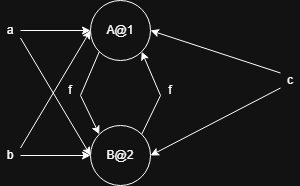
Before: p8/images/p8e1e.png, a diagram exported from draw.io (matiWaisman/ISWA-1C-2026). Source tidied: cells renumbered, new cells last; positions are measured from the earlier drawing's top-left corner, leaving out a move shared by most shapes.
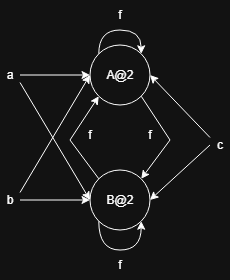
After the change.

Change to the diagram source:
```diff
@@ -5,50 +5,72 @@
     <mxCell id="2" value="a" style="text;html=1;whiteSpace=wrap;strokeColor=none;fillColor=none;align=center;verticalAlign=middle;rounded=0;" parent="1" vertex="1">
       <mxGeometry y="15" width="20" height="30" as="geometry" />
     </mxCell>
-    <mxCell id="3" value="A@1" style="ellipse;whiteSpace=wrap;html=1;" parent="1" vertex="1">
+    <mxCell id="3" value="A@2" style="ellipse;whiteSpace=wrap;html=1;" parent="1" vertex="1">
       <mxGeometry x="90" width="60" height="60" as="geometry" />
     </mxCell>
+    <mxCell id="5" value="b" style="text;html=1;whiteSpace=wrap;strokeColor=none;fillColor=none;align=center;verticalAlign=middle;rounded=0;" parent="1" vertex="1">
+      <mxGeometry y="140" width="20" height="30" as="geometry" />
+    </mxCell>
+    <mxCell id="7" value="B@2" style="ellipse;whiteSpace=wrap;html=1;" parent="1" vertex="1">
+      <mxGeometry x="90" y="125" width="60" height="60" as="geometry" />
+    </mxCell>
-    <mxCell id="4" style="endArrow=classic;html=1;rounded=0;entryX=0;entryY=0.5;entryDx=0;entryDy=0;" parent="1" edge="1" source="2" target="3">
+    <mxCell id="4" style="endArrow=classic;html=1;rounded=0;exitX=1;exitY=0.5;exitDx=0;exitDy=0;entryX=0;entryY=0.5;entryDx=0;entryDy=0;" parent="1" edge="1" source="2" target="3">
       <mxGeometry relative="1" as="geometry" />
     </mxCell>
-    <mxCell id="5" value="b" style="text;html=1;whiteSpace=wrap;strokeColor=none;fillColor=none;align=center;verticalAlign=middle;rounded=0;" parent="1" vertex="1">
-      <mxGeometry y="140" width="20" height="30" as="geometry" />
-    </mxCell>
+    <mxCell id="8" style="endArrow=classic;html=1;rounded=0;exitX=1;exitY=0.5;exitDx=0;exitDy=0;entryX=0;entryY=0.5;entryDx=0;entryDy=0;" parent="1" edge="1" source="5" target="7">
+      <mxGeometry relative="1" as="geometry" />
+    </mxCell>
     <mxCell id="6" value="c" style="text;html=1;whiteSpace=wrap;strokeColor=none;fillColor=none;align=center;verticalAlign=middle;rounded=0;" parent="1" vertex="1">
-      <mxGeometry x="280" y="65" width="20" height="30" as="geometry" />
+      <mxGeometry x="210" y="85" width="20" height="30" as="geometry" />
     </mxCell>
-    <mxCell id="7" value="B@2" style="ellipse;whiteSpace=wrap;html=1;" parent="1" vertex="1">
-      <mxGeometry x="90" y="125" width="60" height="60" as="geometry" />
-    </mxCell>
-    <mxCell id="8" style="endArrow=classic;html=1;rounded=0;exitX=1;exitY=0.5;exitDx=0;exitDy=0;entryX=0;entryY=0.5;entryDx=0;entryDy=0;" parent="1" edge="1" source="5" target="7">
-      <mxGeometry relative="1" as="geometry" />
-    </mxCell>
+    <mxCell id="14" style="endArrow=classic;html=1;rounded=0;exitX=0;exitY=0.5;exitDx=0;exitDy=0;entryX=1;entryY=0.5;entryDx=0;entryDy=0;" parent="1" edge="1" source="6" target="7">
+      <mxGeometry relative="1" as="geometry" />
+    </mxCell>
+    <mxCell id="13" style="endArrow=classic;html=1;rounded=0;exitX=0;exitY=0.25;exitDx=0;exitDy=0;entryX=1;entryY=0.5;entryDx=0;entryDy=0;" parent="1" edge="1" source="6" target="3">
+      <mxGeometry relative="1" as="geometry" />
+    </mxCell>
+    <mxCell id="10" style="endArrow=classic;html=1;rounded=0;exitX=0;exitY=0;exitDx=0;exitDy=0;entryX=0;entryY=1;entryDx=0;entryDy=0;" parent="1" edge="1" source="7" target="3">
+      <mxGeometry relative="1" as="geometry">
+        <Array as="points">
+          <mxPoint x="70" y="95" />
+        </Array>
+      </mxGeometry>
+    </mxCell>
-    <mxCell id="9" style="endArrow=classic;html=1;rounded=0;exitX=0;exitY=1;exitDx=0;exitDy=0;entryX=0;entryY=0;entryDx=0;entryDy=0;" parent="1" edge="1" source="3" target="7">
+    <mxCell id="9" style="endArrow=classic;html=1;rounded=0;exitX=1;exitY=1;exitDx=0;exitDy=0;entryX=1;entryY=0;entryDx=0;entryDy=0;" parent="1" edge="1" source="3" target="7">
       <mxGeometry relative="1" as="geometry">
         <Array as="points">
-          <mxPoint x="80" y="95" />
+          <mxPoint x="170" y="95" />
         </Array>
       </mxGeometry>
     </mxCell>
-    <mxCell id="10" style="endArrow=classic;html=1;rounded=0;exitX=1;exitY=0;exitDx=0;exitDy=0;entryX=1;entryY=1;entryDx=0;entryDy=0;" parent="1" edge="1" source="7" target="3">
-      <mxGeometry relative="1" as="geometry">
-        <Array as="points">
-          <mxPoint x="160" y="95" />
-        </Array>
-      </mxGeometry>
-    </mxCell>
-    <mxCell id="11" value="f" style="text;html=1;whiteSpace=wrap;strokeColor=none;fillColor=none;align=center;verticalAlign=middle;rounded=0;" parent="1" vertex="1">
-      <mxGeometry x="140" y="75" width="60" height="30" as="geometry" />
-    </mxCell>
-    <mxCell id="12" value="f" style="text;html=1;whiteSpace=wrap;strokeColor=none;fillColor=none;align=center;verticalAlign=middle;rounded=0;" parent="1" vertex="1">
-      <mxGeometry x="40" y="75" width="60" height="30" as="geometry" />
-    </mxCell>
-    <mxCell id="13" style="endArrow=classic;html=1;rounded=0;exitX=0;exitY=0.25;exitDx=0;exitDy=0;entryX=1;entryY=0.5;entryDx=0;entryDy=0;" parent="1" edge="1" source="6" target="3">
-      <mxGeometry relative="1" as="geometry" />
-    </mxCell>
-    <mxCell id="14" style="endArrow=classic;html=1;rounded=0;exitX=0;exitY=0.75;exitDx=0;exitDy=0;entryX=1;entryY=0.5;entryDx=0;entryDy=0;" parent="1" edge="1" source="6" target="7">
-      <mxGeometry relative="1" as="geometry" />
-    </mxCell>
+    <mxCell id="17" value="f" style="text;html=1;whiteSpace=wrap;strokeColor=none;fillColor=none;align=center;verticalAlign=middle;rounded=0;" parent="1" vertex="1">
+      <mxGeometry x="60" y="75" width="60" height="30" as="geometry" />
+    </mxCell>
+    <mxCell id="18" value="f" style="text;html=1;whiteSpace=wrap;strokeColor=none;fillColor=none;align=center;verticalAlign=middle;rounded=0;" parent="1" vertex="1">
+      <mxGeometry x="120" y="75" width="60" height="30" as="geometry" />
+    </mxCell>
+    <mxCell id="19" style="endArrow=classic;html=1;rounded=0;exitX=0;exitY=0;exitDx=0;exitDy=0;entryX=1;entryY=0;entryDx=0;entryDy=0;curved=1;edgeStyle=orthogonalEdgeStyle;innerLoopWaypoints=1;" parent="1" edge="1" source="3" target="3">
+      <mxGeometry relative="1" as="geometry">
+        <Array as="points">
+          <mxPoint x="98.8" y="-15" />
+          <mxPoint x="141.2" y="-15" />
+        </Array>
+      </mxGeometry>
+    </mxCell>
+    <mxCell id="20" style="endArrow=classic;html=1;rounded=0;exitX=0;exitY=1;exitDx=0;exitDy=0;entryX=1;entryY=1;entryDx=0;entryDy=0;curved=1;edgeStyle=orthogonalEdgeStyle;innerLoopWaypoints=1;" parent="1" edge="1" source="7" target="7">
+      <mxGeometry relative="1" as="geometry">
+        <Array as="points">
+          <mxPoint x="98.8" y="205" />
+          <mxPoint x="141.2" y="205" />
+        </Array>
+      </mxGeometry>
+    </mxCell>
+    <mxCell id="21" value="f" style="text;html=1;whiteSpace=wrap;strokeColor=none;fillColor=none;align=center;verticalAlign=middle;rounded=0;" parent="1" vertex="1">
+      <mxGeometry x="90" y="-45" width="60" height="30" as="geometry" />
+    </mxCell>
+    <mxCell id="22" value="f" style="text;html=1;whiteSpace=wrap;strokeColor=none;fillColor=none;align=center;verticalAlign=middle;rounded=0;" parent="1" vertex="1">
+      <mxGeometry x="90" y="205" width="60" height="30" as="geometry" />
+    </mxCell>
     <mxCell id="15" style="endArrow=classic;html=1;rounded=0;exitX=1;exitY=0.75;exitDx=0;exitDy=0;entryX=0;entryY=0.5;entryDx=0;entryDy=0;" parent="1" edge="1" source="2" target="7">
       <mxGeometry relative="1" as="geometry" />
     </mxCell>
```
